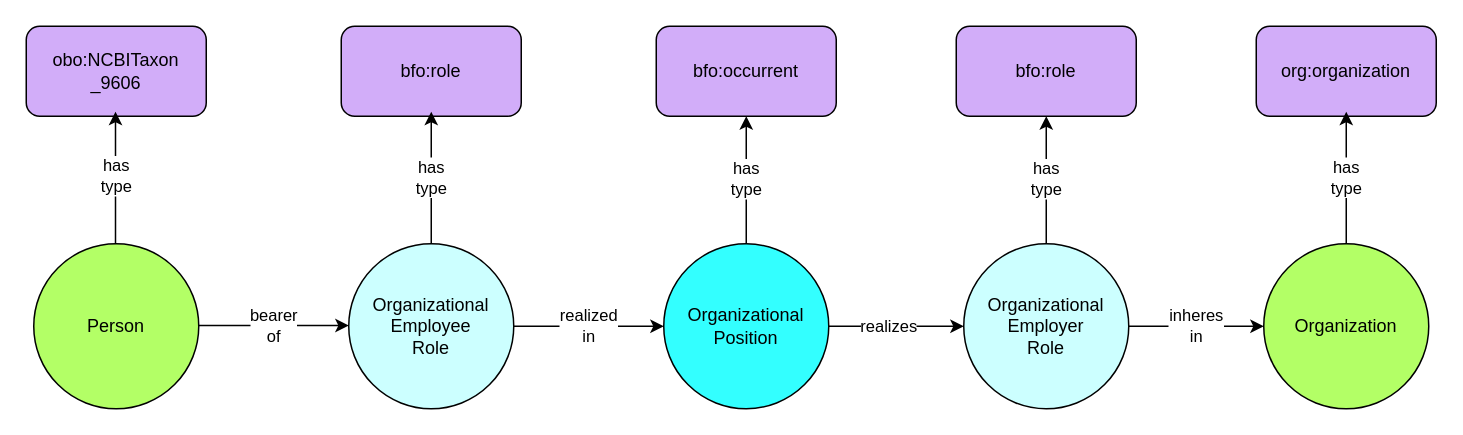
The draw.io diagram docs/img/employee-pattern.drawio in mconlon17/organization-ontology, before the edit. Source tidied: cells renumbered, new cells numbered last; positions are measured from the earlier drawing's top-left corner, leaving out a move shared by most shapes. Both pictures are drawn from the tidied source at 150%, with x=0, y=0 at pixel (26, 26).
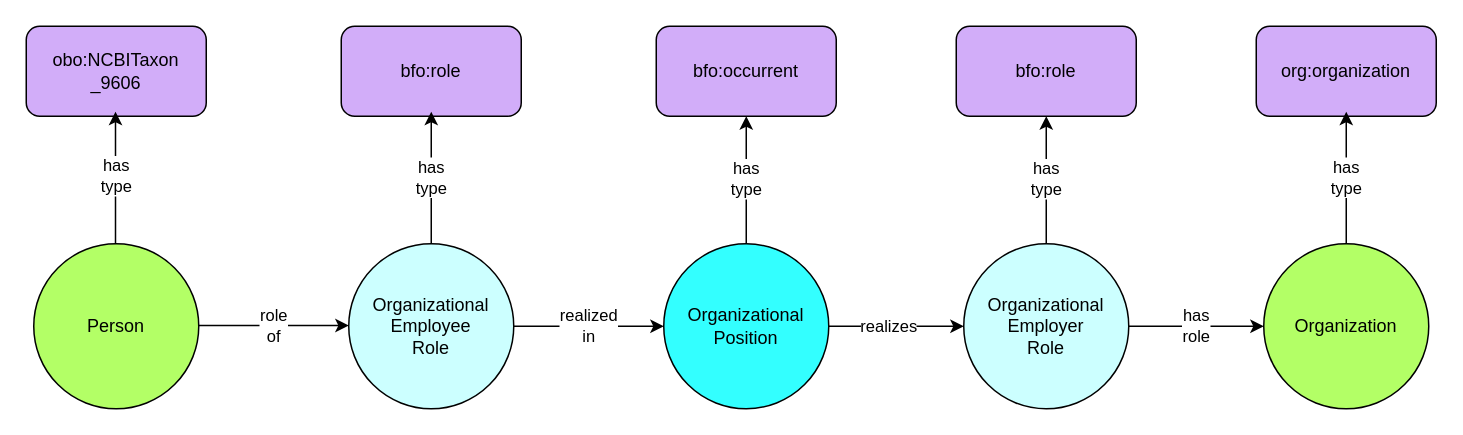
The same page after the edit.

Commit message (it also covers changes not shown here):
has role and role of on figures

The change refers to these unchanged cells:
```xml
<mxCell id="8" value="&lt;div&gt;Organizational&lt;/div&gt;&lt;div&gt;Employer&lt;/div&gt;&lt;div&gt;Role&lt;br&gt;&lt;/div&gt;" style="ellipse;whiteSpace=wrap;html=1;fillColor=#CCFFFF;" parent="1" vertex="1">
  <mxGeometry x="625" y="145" width="110" height="110" as="geometry" />
</mxCell>
<mxCell id="9" value="Organization" style="ellipse;whiteSpace=wrap;html=1;fillColor=#B3FF66;" parent="1" vertex="1">
  <mxGeometry x="825" y="145" width="110" height="110" as="geometry" />
</mxCell>
```

The edit, as a diff of the source:
```diff
@@
-    <mxCell id="13" value="&lt;div&gt;inheres&lt;/div&gt;&lt;div&gt;in&lt;br&gt;&lt;/div&gt;" style="endArrow=classic;html=1;exitX=1;exitY=0.5;exitDx=0;exitDy=0;entryX=0;entryY=0.5;entryDx=0;entryDy=0;" parent="1" edge="1" source="8" target="9">
+    <mxCell id="13" value="&lt;div&gt;has&lt;/div&gt;&lt;div&gt;role&lt;/div&gt;" style="endArrow=classic;html=1;exitX=1;exitY=0.5;exitDx=0;exitDy=0;entryX=0;entryY=0.5;entryDx=0;entryDy=0;" parent="1" edge="1" source="8" target="9">
       <mxGeometry relative="1" as="geometry" />
     </mxCell>
@@
-    <mxCell id="21" value="&lt;div&gt;bearer&lt;/div&gt;&lt;div&gt;of&lt;br&gt;&lt;/div&gt;" style="endArrow=classic;html=1;exitX=1;exitY=0.5;exitDx=0;exitDy=0;entryX=0;entryY=0.5;entryDx=0;entryDy=0;" parent="1" edge="1">
+    <mxCell id="21" value="&lt;div&gt;role&lt;/div&gt;&lt;div&gt;of&lt;/div&gt;" style="endArrow=classic;html=1;exitX=1;exitY=0.5;exitDx=0;exitDy=0;entryX=0;entryY=0.5;entryDx=0;entryDy=0;" parent="1" edge="1">
       <mxGeometry relative="1" as="geometry">
         <mxPoint x="115" y="199.5" as="sourcePoint" />
         <mxPoint x="215" y="199.5" as="targetPoint" />
       </mxGeometry>
     </mxCell>
```
